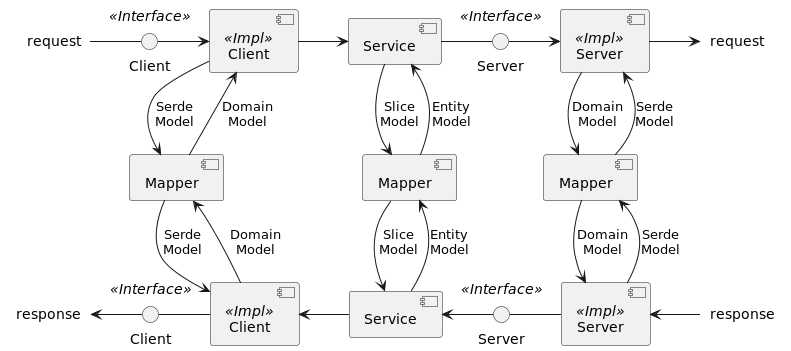
smecalculus/bezmen keeps this PlantUML diagram as docs/solution/core.png. Above is the earlier version.
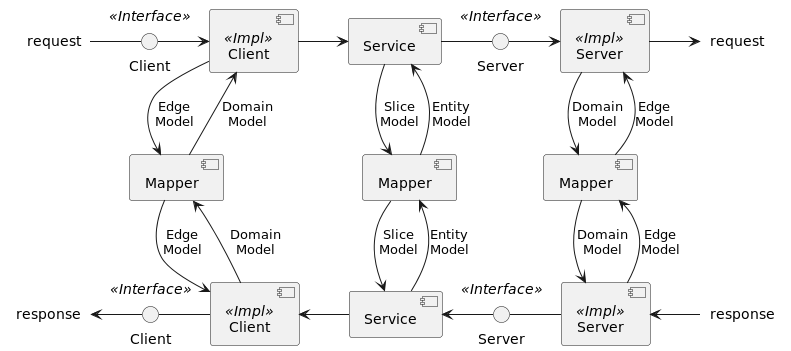
The same file after the commit.

Change to the diagram source:
```diff
@@ -26,7 +26,7 @@
 
 requestIn - portIn1
 portIn1 -> adapterIn1
-adapterIn1 --> mapperIn: Serde\nModel
+adapterIn1 --> mapperIn: Edge\nModel
 adapterIn1 <-- mapperIn: Domain\nModel
 adapterIn1 -> service1
 service1 --> mapper: Slice\nModel
@@ -34,7 +34,7 @@
 service1 - portOut1
 portOut1 -> adapterOut1
 adapterOut1 --> mapperOut: Domain\nModel
-adapterOut1 <-- mapperOut: Serde\nModel
+adapterOut1 <-- mapperOut: Edge\nModel
 adapterOut1 -> requestOut
 
 file "response" as responseIn <<Nowhere>>
@@ -47,13 +47,13 @@
 
 adapterOut2 <- responseIn
 mapperOut --> adapterOut2: Domain\nModel
-mapperOut <-- adapterOut2: Serde\nModel
+mapperOut <-- adapterOut2: Edge\nModel
 portOut2 - adapterOut2
 service2 <- portOut2
 mapper --> service2: Slice\nModel
 mapper <-- service2: Entity\nModel
 adapterIn2 <- service2
-mapperIn --> adapterIn2: Serde\nModel
+mapperIn --> adapterIn2: Edge\nModel
 mapperIn <-- adapterIn2: Domain\nModel
 portIn2 - adapterIn2
 responseOut <- portIn2
```
